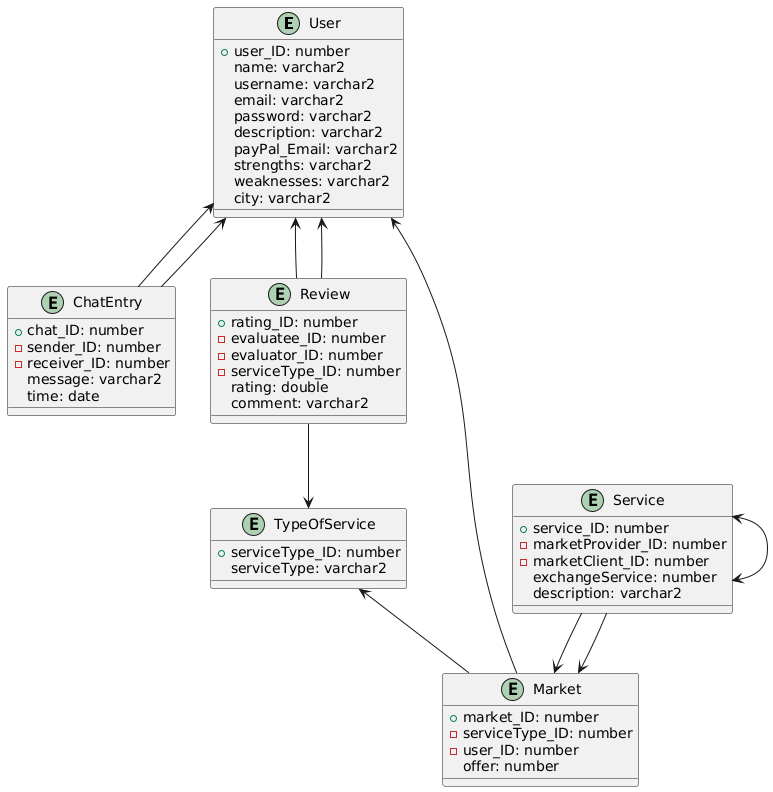
The PlantUML diagram asciidocs/slides/images/er-diagram.png in 2425-4chif-syp/01-projekte-d4d, before a commit.
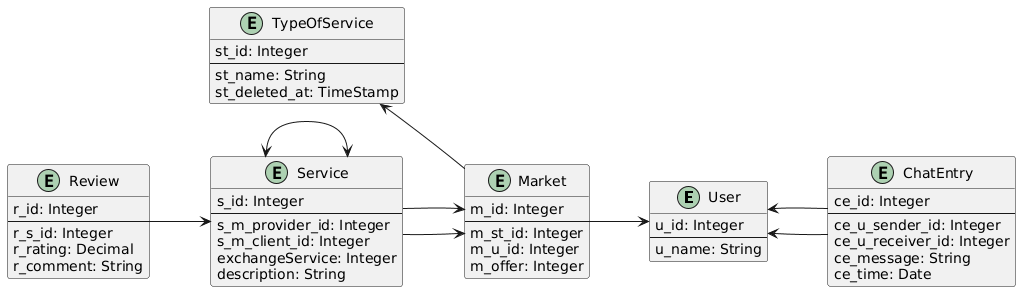
Later version of the same file.

Commit message:
docs: correcting erd

The edit, as a diff of the source:
```diff
@@ -1,58 +1,55 @@
 @startuml
+left to right direction
+
 entity "User" as User {
-+user_ID: number
-name: varchar2
-username: varchar2
-email: varchar2
-password: varchar2
-description: varchar2
-payPal_Email: varchar2
-strengths: varchar2
-weaknesses: varchar2
-city: varchar2
+u_id: Integer
+--
+u_name: String
 }
 
 entity "TypeOfService" as TypeOfService {
-+serviceType_ID: number
-serviceType: varchar2
+st_id: Integer
+--
+st_name: String
+st_deleted_at: TimeStamp
 }
 
 entity "Service" as Service {
-+service_ID: number
--marketProvider_ID: number
--marketClient_ID: number
-exchangeService: number
-description: varchar2
+s_id: Integer
+--
+s_m_provider_id: Integer
+s_m_client_id: Integer
+exchangeService: Integer
+description: String
 }
 
 entity "Market" as Market {
-+market_ID: number
--serviceType_ID: number
--user_ID: number
-offer: number
+m_id: Integer
+--
+m_st_id: Integer
+m_u_id: Integer
+m_offer: Integer
 }
 
 entity "ChatEntry" as ChatEntry {
-+chat_ID: number
--sender_ID: number
--receiver_ID: number
-message: varchar2
-time: date
+ce_id: Integer
+--
+ce_u_sender_id: Integer
+ce_u_receiver_id: Integer
+ce_message: String
+ce_time: Date
 }
 
 entity "Review" as Review {
-+rating_ID: number
--evaluatee_ID: number
--evaluator_ID: number
--serviceType_ID: number
-rating: double
-comment: varchar2
+r_id: Integer
+--
+r_s_id: Integer
+r_rating: Decimal
+r_comment: String
 }
 
 User <-- ChatEntry
-User <-- Review
-User <-- Review
-Review --> TypeOfService
+Review --> Service
 ChatEntry --> User
 TypeOfService <-- Market
 Service --> Market
```
